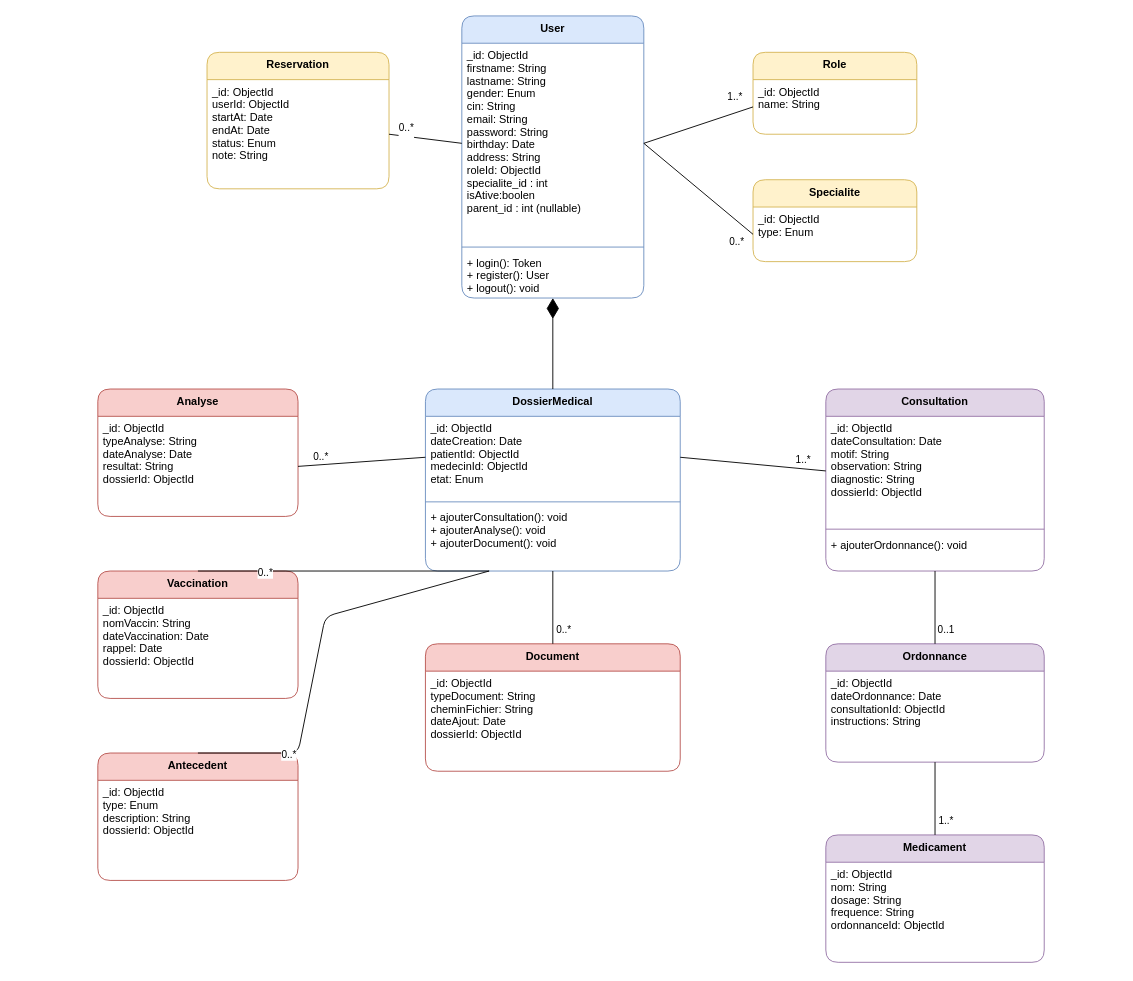
This is CareFlow back_end/medical.drawio from Ghandour390/carflow, a draw.io file, before an edit. Source tidied: cells renumbered, new cells numbered last; positions are measured from the earlier drawing's top-left corner, leaving out a move shared by most shapes. Both pictures are drawn from the tidied source at 91%, with x=0, y=0 at pixel (97, 15).
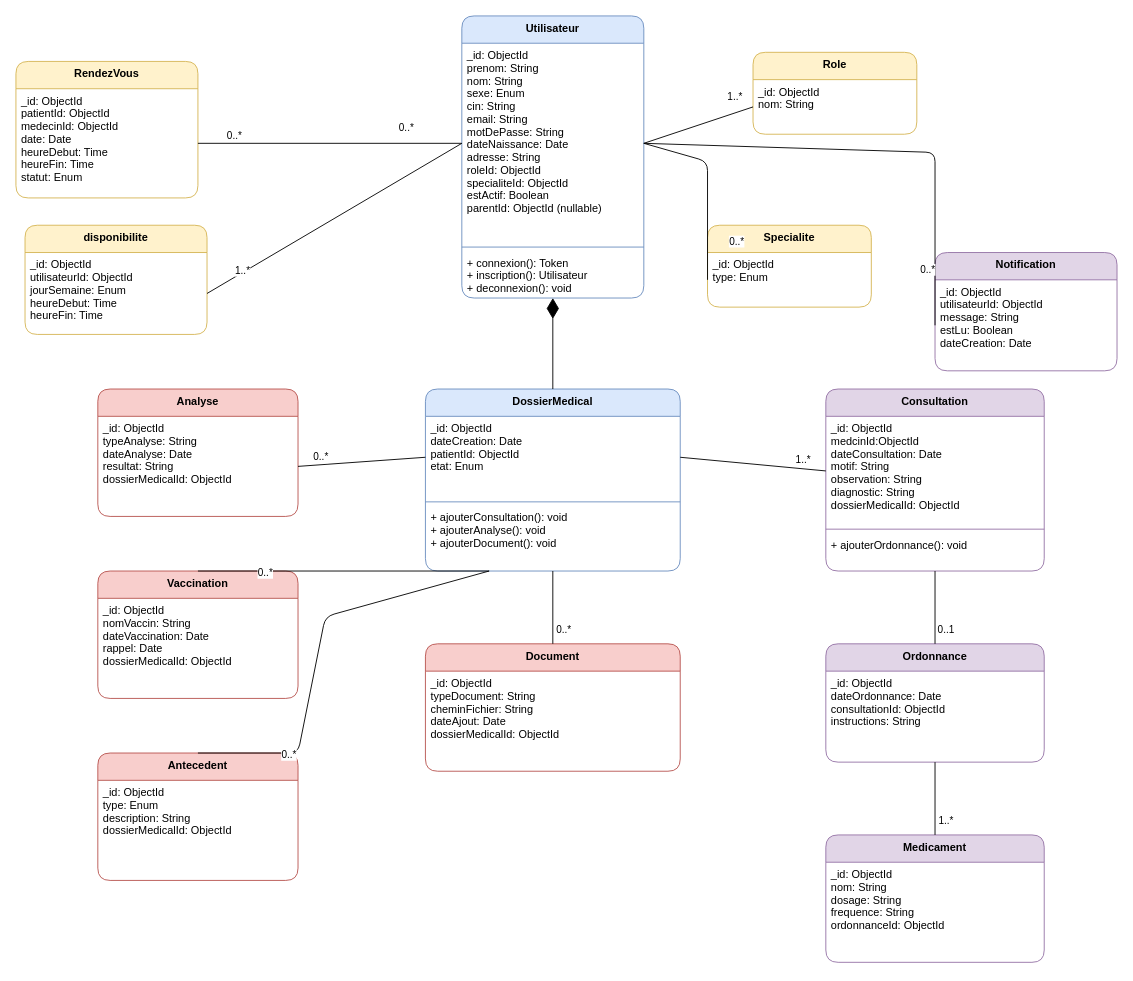
The same diagram, later.

Unchanged cells that the change refers to:
```xml
<mxCell id="6" value="Role" style="swimlane;fontStyle=1;align=center;verticalAlign=top;horizontal=1;startSize=30;fillColor=#fff2cc;strokeColor=#d6b656;rounded=1;" parent="1" vertex="1">
  <mxGeometry x="720" y="40" width="180" height="90" as="geometry" />
</mxCell>
<mxCell id="9" value="_id: ObjectId&#10;type: Enum" style="text;strokeColor=none;fillColor=none;align=left;verticalAlign=top;spacingLeft=4;spacingRight=4;overflow=hidden;points=[[0,0.5],[1,0.5]];portConstraint=eastwest;" parent="8" vertex="1">
  <mxGeometry y="30" width="180" height="60" as="geometry" />
</mxCell>
<mxCell id="12" value="DossierMedical" style="swimlane;fontStyle=1;align=center;verticalAlign=top;horizontal=1;startSize=30;fillColor=#dae8fc;strokeColor=#6c8ebf;rounded=1;" parent="1" vertex="1">
  <mxGeometry x="360" y="410" width="280" height="200" as="geometry" />
</mxCell>
<mxCell id="16" value="Consultation" style="swimlane;fontStyle=1;align=center;verticalAlign=top;horizontal=1;startSize=30;fillColor=#e1d5e7;strokeColor=#9673a6;rounded=1;" parent="1" vertex="1">
  <mxGeometry x="800" y="410" width="240" height="200" as="geometry" />
</mxCell>
<mxCell id="24" value="Analyse" style="swimlane;fontStyle=1;align=center;verticalAlign=top;horizontal=1;startSize=30;fillColor=#f8cecc;strokeColor=#b85450;rounded=1;" parent="1" vertex="1">
  <mxGeometry y="410" width="220" height="140" as="geometry" />
</mxCell>
<mxCell id="26" value="Vaccination" style="swimlane;fontStyle=1;align=center;verticalAlign=top;horizontal=1;startSize=30;fillColor=#f8cecc;strokeColor=#b85450;rounded=1;" parent="1" vertex="1">
  <mxGeometry y="610" width="220" height="140" as="geometry" />
</mxCell>
<mxCell id="28" value="Antecedent" style="swimlane;fontStyle=1;align=center;verticalAlign=top;horizontal=1;startSize=30;fillColor=#f8cecc;strokeColor=#b85450;rounded=1;" parent="1" vertex="1">
  <mxGeometry y="810" width="220" height="140" as="geometry" />
</mxCell>
<mxCell id="30" value="Document" style="swimlane;fontStyle=1;align=center;verticalAlign=top;horizontal=1;startSize=30;fillColor=#f8cecc;strokeColor=#b85450;rounded=1;" parent="1" vertex="1">
  <mxGeometry x="360" y="690" width="280" height="140" as="geometry" />
</mxCell>
```

Diff of the diagram source:
```diff
@@
-    <mxCell id="2" value="User" style="swimlane;fontStyle=1;align=center;verticalAlign=top;horizontal=1;startSize=30;fillColor=#dae8fc;strokeColor=#6c8ebf;rounded=1;" parent="1" vertex="1">
+    <mxCell id="2" value="Utilisateur" style="swimlane;fontStyle=1;align=center;verticalAlign=top;horizontal=1;startSize=30;fillColor=#dae8fc;strokeColor=#6c8ebf;rounded=1;" parent="1" vertex="1">
       <mxGeometry x="400" width="200" height="310" as="geometry" />
     </mxCell>
-    <mxCell id="3" value="_id: ObjectId&#10;firstname: String&#10;lastname: String&#10;gender: Enum&#10;cin: String&#10;email: String&#10;password: String&#10;birthday: Date&#10;address: String&#10;roleId: ObjectId&#10;specialite_id : int&#10;isAtive:boolen&#10;parent_id : int (nullable)&#10;" style="text;strokeColor=none;fillColor=none;align=left;verticalAlign=top;spacingLeft=4;spacingRight=4;overflow=hidden;points=[[0,0.5],[1,0.5]];portConstraint=eastwest;" parent="2" vertex="1">
+    <mxCell id="3" value="_id: ObjectId&#10;prenom: String&#10;nom: String&#10;sexe: Enum&#10;cin: String&#10;email: String&#10;motDePasse: String&#10;dateNaissance: Date&#10;adresse: String&#10;roleId: ObjectId&#10;specialiteId: ObjectId&#10;estActif: Boolean&#10;parentId: ObjectId (nullable)&#10;" style="text;strokeColor=none;fillColor=none;align=left;verticalAlign=top;spacingLeft=4;spacingRight=4;overflow=hidden;points=[[0,0.5],[1,0.5]];portConstraint=eastwest;" parent="2" vertex="1">
       <mxGeometry y="30" width="200" height="220" as="geometry" />
     </mxCell>
@@
-    <mxCell id="5" value="+ login(): Token&#10;+ register(): User&#10;+ logout(): void" style="text;strokeColor=none;fillColor=none;align=left;verticalAlign=top;spacingLeft=4;spacingRight=4;overflow=hidden;points=[[0,0.5],[1,0.5]];portConstraint=eastwest;" parent="2" vertex="1">
+    <mxCell id="5" value="+ connexion(): Token&#10;+ inscription(): Utilisateur&#10;+ deconnexion(): void" style="text;strokeColor=none;fillColor=none;align=left;verticalAlign=top;spacingLeft=4;spacingRight=4;overflow=hidden;points=[[0,0.5],[1,0.5]];portConstraint=eastwest;" parent="2" vertex="1">
       <mxGeometry y="258" width="200" height="52" as="geometry" />
     </mxCell>
@@
-    <mxCell id="7" value="_id: ObjectId&#10;name: String" style="text;strokeColor=none;fillColor=none;align=left;verticalAlign=top;spacingLeft=4;spacingRight=4;overflow=hidden;points=[[0,0.5],[1,0.5]];portConstraint=eastwest;" parent="6" vertex="1">
+    <mxCell id="7" value="_id: ObjectId&#10;nom: String" style="text;strokeColor=none;fillColor=none;align=left;verticalAlign=top;spacingLeft=4;spacingRight=4;overflow=hidden;points=[[0,0.5],[1,0.5]];portConstraint=eastwest;" parent="6" vertex="1">
       <mxGeometry y="30" width="180" height="60" as="geometry" />
     </mxCell>
     <mxCell id="8" value="Specialite" style="swimlane;fontStyle=1;align=center;verticalAlign=top;horizontal=1;startSize=30;fillColor=#fff2cc;strokeColor=#d6b656;rounded=1;" parent="1" vertex="1">
-      <mxGeometry x="720" y="180" width="180" height="90" as="geometry" />
+      <mxGeometry x="670" y="230" width="180" height="90" as="geometry" />
     </mxCell>
@@
-    <mxCell id="10" value="Reservation" style="swimlane;fontStyle=1;align=center;verticalAlign=top;horizontal=1;startSize=30;fillColor=#fff2cc;strokeColor=#d6b656;rounded=1;" parent="1" vertex="1">
-      <mxGeometry x="120" y="40" width="200" height="150" as="geometry" />
+    <mxCell id="10" value="RendezVous" style="swimlane;fontStyle=1;align=center;verticalAlign=top;horizontal=1;startSize=30;fillColor=#fff2cc;strokeColor=#d6b656;rounded=1;" parent="1" vertex="1">
+      <mxGeometry x="-90" y="50" width="200" height="150" as="geometry" />
     </mxCell>
-    <mxCell id="11" value="_id: ObjectId&#10;userId: ObjectId&#10;startAt: Date&#10;endAt: Date&#10;status: Enum&#10;note: String" style="text;strokeColor=none;fillColor=none;align=left;verticalAlign=top;spacingLeft=4;spacingRight=4;overflow=hidden;points=[[0,0.5],[1,0.5]];portConstraint=eastwest;" parent="10" vertex="1">
-      <mxGeometry y="30" width="200" height="120" as="geometry" />
-    </mxCell>
+    <mxCell id="53" value="_id: ObjectId&#10;patientId: ObjectId&#10;medecinId: ObjectId&#10;date: Date&#10;heureDebut: Time&#10;heureFin: Time&#10;statut: Enum" style="text;strokeColor=none;fillColor=none;align=left;verticalAlign=top;spacingLeft=4;spacingRight=4;overflow=hidden;points=[[0,0.5],[1,0.5]];portConstraint=eastwest;" parent="10" vertex="1">
+      <mxGeometry y="30" width="200" height="120" as="geometry" />
+    </mxCell>
@@
-    <mxCell id="13" value="_id: ObjectId&#10;dateCreation: Date&#10;patientId: ObjectId&#10;medecinId: ObjectId&#10;etat: Enum" style="text;strokeColor=none;fillColor=none;align=left;verticalAlign=top;spacingLeft=4;spacingRight=4;overflow=hidden;points=[[0,0.5],[1,0.5]];portConstraint=eastwest;" parent="12" vertex="1">
+    <mxCell id="13" value="_id: ObjectId&#10;dateCreation: Date&#10;patientId: ObjectId&#10;etat: Enum" style="text;strokeColor=none;fillColor=none;align=left;verticalAlign=top;spacingLeft=4;spacingRight=4;overflow=hidden;points=[[0,0.5],[1,0.5]];portConstraint=eastwest;" parent="12" vertex="1">
       <mxGeometry y="30" width="280" height="90" as="geometry" />
     </mxCell>
@@
-    <mxCell id="17" value="_id: ObjectId&#10;dateConsultation: Date&#10;motif: String&#10;observation: String&#10;diagnostic: String&#10;dossierId: ObjectId" style="text;strokeColor=none;fillColor=none;align=left;verticalAlign=top;spacingLeft=4;spacingRight=4;overflow=hidden;points=[[0,0.5],[1,0.5]];portConstraint=eastwest;" parent="16" vertex="1">
+    <mxCell id="17" value="_id: ObjectId&#10;medcinId:ObjectId&#10;dateConsultation: Date&#10;motif: String&#10;observation: String&#10;diagnostic: String&#10;dossierMedicalId: ObjectId" style="text;strokeColor=none;fillColor=none;align=left;verticalAlign=top;spacingLeft=4;spacingRight=4;overflow=hidden;points=[[0,0.5],[1,0.5]];portConstraint=eastwest;" parent="16" vertex="1">
       <mxGeometry y="30" width="240" height="120" as="geometry" />
     </mxCell>
@@
-    <mxCell id="25" value="_id: ObjectId&#10;typeAnalyse: String&#10;dateAnalyse: Date&#10;resultat: String&#10;dossierId: ObjectId" style="text;strokeColor=none;fillColor=none;align=left;verticalAlign=top;spacingLeft=4;spacingRight=4;overflow=hidden;points=[[0,0.5],[1,0.5]];portConstraint=eastwest;" parent="24" vertex="1">
+    <mxCell id="25" value="_id: ObjectId&#10;typeAnalyse: String&#10;dateAnalyse: Date&#10;resultat: String&#10;dossierMedicalId: ObjectId" style="text;strokeColor=none;fillColor=none;align=left;verticalAlign=top;spacingLeft=4;spacingRight=4;overflow=hidden;points=[[0,0.5],[1,0.5]];portConstraint=eastwest;" parent="24" vertex="1">
       <mxGeometry y="30" width="220" height="110" as="geometry" />
     </mxCell>
@@
-    <mxCell id="27" value="_id: ObjectId&#10;nomVaccin: String&#10;dateVaccination: Date&#10;rappel: Date&#10;dossierId: ObjectId" style="text;strokeColor=none;fillColor=none;align=left;verticalAlign=top;spacingLeft=4;spacingRight=4;overflow=hidden;" parent="26" vertex="1">
+    <mxCell id="27" value="_id: ObjectId&#10;nomVaccin: String&#10;dateVaccination: Date&#10;rappel: Date&#10;dossierMedicalId: ObjectId" style="text;strokeColor=none;fillColor=none;align=left;verticalAlign=top;spacingLeft=4;spacingRight=4;overflow=hidden;" parent="26" vertex="1">
       <mxGeometry y="30" width="220" height="110" as="geometry" />
     </mxCell>
@@
-    <mxCell id="29" value="_id: ObjectId&#10;type: Enum&#10;description: String&#10;dossierId: ObjectId" style="text;strokeColor=none;fillColor=none;align=left;verticalAlign=top;spacingLeft=4;spacingRight=4;overflow=hidden;" parent="28" vertex="1">
+    <mxCell id="29" value="_id: ObjectId&#10;type: Enum&#10;description: String&#10;dossierMedicalId: ObjectId" style="text;strokeColor=none;fillColor=none;align=left;verticalAlign=top;spacingLeft=4;spacingRight=4;overflow=hidden;" parent="28" vertex="1">
       <mxGeometry y="30" width="220" height="110" as="geometry" />
     </mxCell>
@@
-    <mxCell id="31" value="_id: ObjectId&#10;typeDocument: String&#10;cheminFichier: String&#10;dateAjout: Date&#10;dossierId: ObjectId" style="text;strokeColor=none;fillColor=none;align=left;verticalAlign=top;spacingLeft=4;spacingRight=4;overflow=hidden;" parent="30" vertex="1">
+    <mxCell id="31" value="_id: ObjectId&#10;typeDocument: String&#10;cheminFichier: String&#10;dateAjout: Date&#10;dossierMedicalId: ObjectId" style="text;strokeColor=none;fillColor=none;align=left;verticalAlign=top;spacingLeft=4;spacingRight=4;overflow=hidden;" parent="30" vertex="1">
       <mxGeometry y="30" width="280" height="110" as="geometry" />
     </mxCell>
@@
     <mxCell id="48" style="endArrow=none;endFill=0;html=1;exitX=1;exitY=0.5;exitDx=0;exitDy=0;entryX=0;entryY=0.5;entryDx=0;entryDy=0;" parent="1" edge="1" source="3" target="9">
-      <mxGeometry relative="1" as="geometry" />
+      <mxGeometry relative="1" as="geometry">
+        <Array as="points">
+          <mxPoint x="670" y="160" />
+        </Array>
+      </mxGeometry>
     </mxCell>
-    <mxCell id="49" style="endArrow=none;endFill=0;html=1;exitX=1;exitY=0.5;exitDx=0;exitDy=0;entryX=0;entryY=0.5;entryDx=0;entryDy=0;" parent="1" edge="1" source="11" target="3">
-      <mxGeometry relative="1" as="geometry" />
-    </mxCell>
@@
+    <mxCell id="54" value="disponibilite" style="swimlane;fontStyle=1;align=center;verticalAlign=top;horizontal=1;startSize=30;fillColor=#fff2cc;strokeColor=#d6b656;rounded=1;" parent="1" vertex="1">
+      <mxGeometry x="-80" y="230" width="200" height="120" as="geometry" />
+    </mxCell>
+    <mxCell id="55" value="_id: ObjectId&#10;utilisateurId: ObjectId&#10;jourSemaine: Enum&#10;heureDebut: Time&#10;heureFin: Time" style="text;strokeColor=none;fillColor=none;align=left;verticalAlign=top;spacingLeft=4;spacingRight=4;overflow=hidden;points=[[0,0.5],[1,0.5]];portConstraint=eastwest;" parent="54" vertex="1">
+      <mxGeometry y="30" width="200" height="90" as="geometry" />
+    </mxCell>
+    <mxCell id="56" value="Notification" style="swimlane;fontStyle=1;align=center;verticalAlign=top;horizontal=1;startSize=30;fillColor=#e1d5e7;strokeColor=#9673a6;rounded=1;" parent="1" vertex="1">
+      <mxGeometry x="920" y="260" width="200" height="130" as="geometry" />
+    </mxCell>
+    <mxCell id="57" value="_id: ObjectId&#10;utilisateurId: ObjectId&#10;message: String&#10;estLu: Boolean&#10;dateCreation: Date" style="text;strokeColor=none;fillColor=none;align=left;verticalAlign=top;spacingLeft=4;spacingRight=4;overflow=hidden;points=[[0,0.5],[1,0.5]];portConstraint=eastwest;" parent="56" vertex="1">
+      <mxGeometry y="30" width="200" height="100" as="geometry" />
+    </mxCell>
+    <mxCell id="58" style="endArrow=none;endFill=0;html=1;exitX=0;exitY=0.5;exitDx=0;exitDy=0;entryX=1;entryY=0.5;entryDx=0;entryDy=0;" parent="1" edge="1" source="3" target="55">
+      <mxGeometry relative="1" as="geometry" />
+    </mxCell>
+    <mxCell id="59" value="1..*" style="edgeLabel;html=1;align=center;verticalAlign=middle;" parent="58" vertex="1">
+      <mxGeometry x="0.8" y="1" relative="1" as="geometry">
+        <mxPoint x="10" y="-10" as="offset" />
+      </mxGeometry>
+    </mxCell>
+    <mxCell id="60" style="endArrow=none;endFill=0;html=1;exitX=0;exitY=0.5;exitDx=0;exitDy=0;entryX=1;entryY=0.5;entryDx=0;entryDy=0;" parent="1" edge="1" source="3" target="53">
+      <mxGeometry relative="1" as="geometry" />
+    </mxCell>
+    <mxCell id="61" value="0..*" style="edgeLabel;html=1;align=center;verticalAlign=middle;" parent="60" vertex="1">
+      <mxGeometry x="0.8" y="1" relative="1" as="geometry">
+        <mxPoint x="10" y="-10" as="offset" />
+      </mxGeometry>
+    </mxCell>
+    <mxCell id="62" style="endArrow=none;endFill=0;html=1;exitX=1;exitY=0.5;exitDx=0;exitDy=0;entryX=0;entryY=0.5;entryDx=0;entryDy=0;" parent="1" edge="1" source="3" target="57">
+      <mxGeometry relative="1" as="geometry">
+        <Array as="points">
+          <mxPoint x="920" y="150" />
+        </Array>
+      </mxGeometry>
+    </mxCell>
+    <mxCell id="63" value="0..*" style="edgeLabel;html=1;align=center;verticalAlign=middle;" parent="62" vertex="1">
+      <mxGeometry x="0.8" y="1" relative="1" as="geometry">
+        <mxPoint x="-10" y="-10" as="offset" />
+      </mxGeometry>
+    </mxCell>
```
